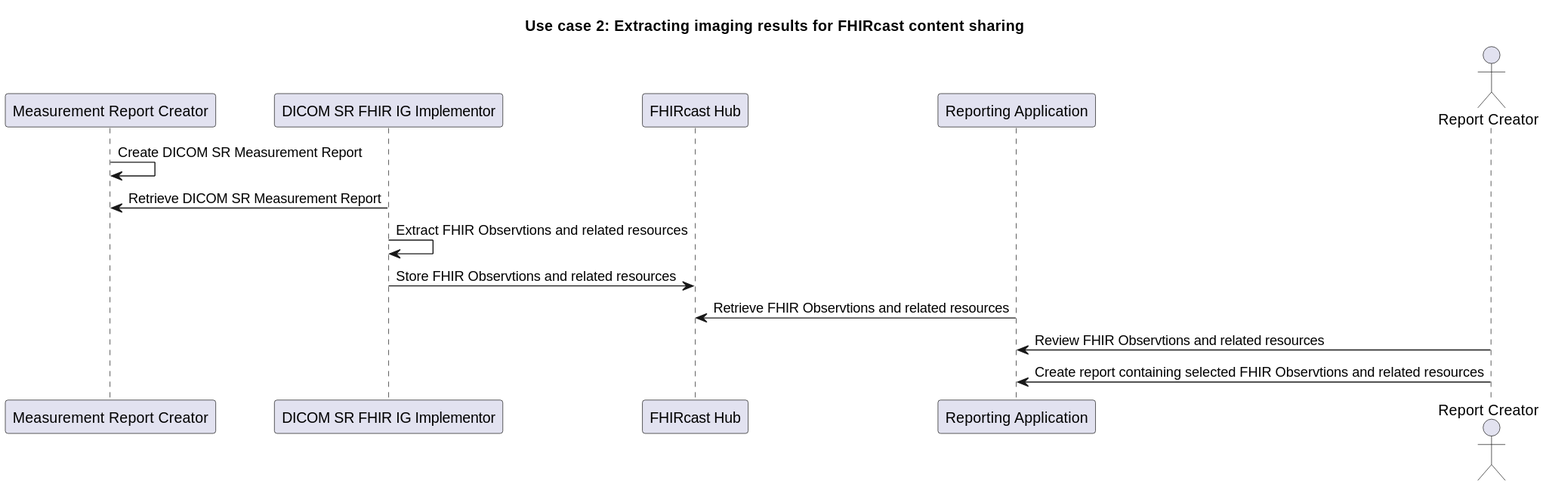
HL7/dicom-sr keeps this PlantUML diagram as input/images/fhircast_content_sharing.svg. Above is the earlier version.
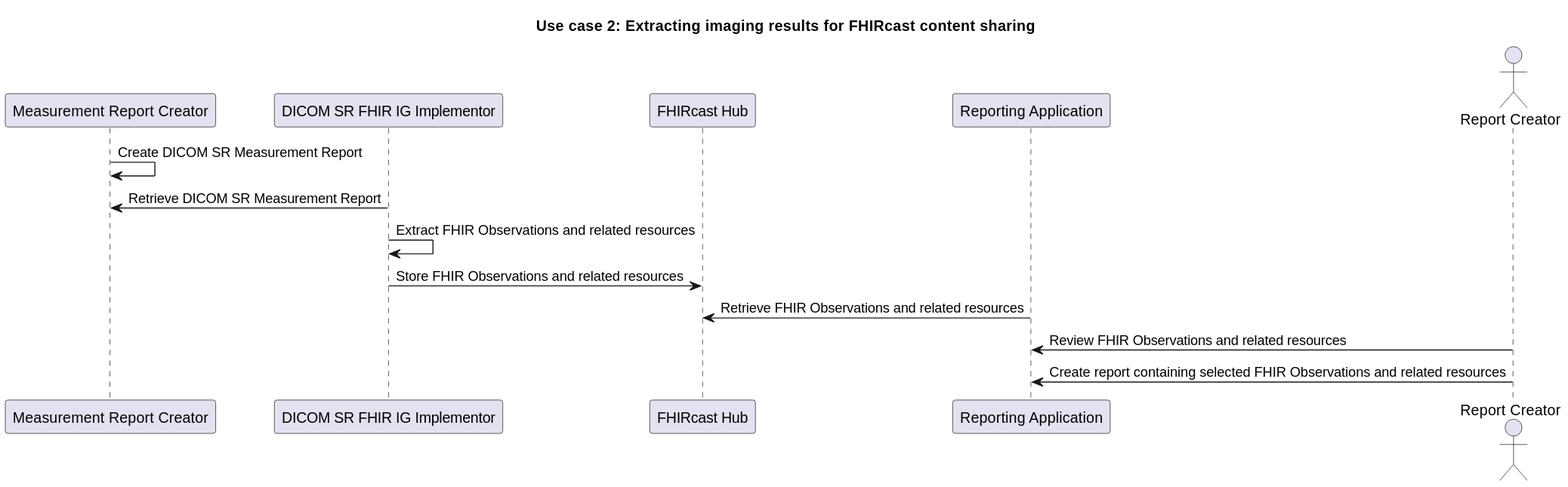
After the commit.

Commit message:
FHIR-47267 - Fix typo in diagrams -- had already been fixed in UML but needed re-generation of PNG / SVG

Diff of the diagram source:
```diff
@@ -1,4 +1,4 @@
-@startuml fhircast_content_sharing
+@startuml
 title Use case 2: Extracting imaging results for FHIRcast content sharing
 
 participant "Measurement Report Creator" as sr_creator
@@ -9,10 +9,9 @@
 
 sr_creator -> sr_creator: Create DICOM SR Measurement Report
 ig_implementor -> sr_creator: Retrieve DICOM SR Measurement Report
-ig_implementor -> ig_implementor: Extract FHIR Observtions and related resources
-ig_implementor -> fhircast_hub: Store FHIR Observtions and related resources
-report_creator -> fhircast_hub: Retrieve FHIR Observtions and related resources
-reporter -> report_creator: Review FHIR Observtions and related resources
-reporter -> report_creator: Create report containing selected FHIR Observtions and related resources
-
+ig_implementor -> ig_implementor: Extract FHIR Observations and related resources
+ig_implementor -> fhircast_hub: Store FHIR Observations and related resources
+report_creator -> fhircast_hub: Retrieve FHIR Observations and related resources
+reporter -> report_creator: Review FHIR Observations and related resources
+reporter -> report_creator: Create report containing selected FHIR Observations and related resources
 @enduml
```
